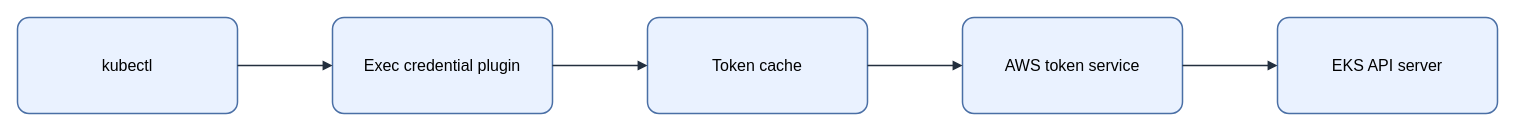
This is assets/img/aws/eks-token-cache-flow.drawio from KKamJi98/kkamji98.github.io, a draw.io file, before an edit. Source tidied: cells renumbered, new cells numbered last; positions are measured from the earlier drawing's top-left corner, leaving out a move shared by most shapes. Both pictures are drawn from the tidied source at 100%, with x=0, y=0 at pixel (17, 17).
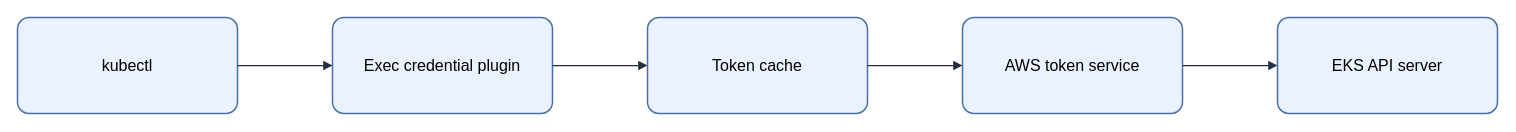
The same page after the edit.

The edit, as a diff of the source:
```diff
@@
 <mxGraphModel background="#FFFFFF">
   <root>
     <mxCell id="0" />
     <mxCell id="1" parent="0" />
-    <mxCell id="2" value="&lt;font style=&quot;color: rgb(0, 0, 0);&quot;&gt;kubectl&lt;/font&gt;" style="rounded=1;arcSize=12;whiteSpace=wrap;html=1;fillColor=#EAF2FF;strokeColor=#4A6FA5;strokeWidth=1.5;fontColor=#000000;fontSize=16;align=center;verticalAlign=middle;spacing=8;shadow=0;" parent="1" vertex="1">
+    <mxCell id="2" value="kubectl" style="rounded=1;arcSize=12;whiteSpace=wrap;html=0;fillColor=#EAF2FF;strokeColor=#4A6FA5;strokeWidth=1.5;fontColor=#000000;fontSize=16;align=center;verticalAlign=middle;spacing=8;shadow=0;" parent="1" vertex="1">
       <mxGeometry width="220" height="96" as="geometry" />
     </mxCell>
-    <mxCell id="3" value="&lt;font style=&quot;color: rgb(0, 0, 0);&quot;&gt;Exec credential plugin&lt;/font&gt;" style="rounded=1;arcSize=12;whiteSpace=wrap;html=1;fillColor=#EAF2FF;strokeColor=#4A6FA5;strokeWidth=1.5;fontColor=#000000;fontSize=16;align=center;verticalAlign=middle;spacing=8;shadow=0;" parent="1" vertex="1">
+    <mxCell id="3" value="Exec credential plugin" style="rounded=1;arcSize=12;whiteSpace=wrap;html=0;fillColor=#EAF2FF;strokeColor=#4A6FA5;strokeWidth=1.5;fontColor=#000000;fontSize=16;align=center;verticalAlign=middle;spacing=8;shadow=0;" parent="1" vertex="1">
       <mxGeometry x="315" width="220" height="96" as="geometry" />
     </mxCell>
-    <mxCell id="4" value="&lt;font style=&quot;color: rgb(0, 0, 0);&quot;&gt;Token cache&lt;/font&gt;" style="rounded=1;arcSize=12;whiteSpace=wrap;html=1;fillColor=#EAF2FF;strokeColor=#4A6FA5;strokeWidth=1.5;fontColor=#000000;fontSize=16;align=center;verticalAlign=middle;spacing=8;shadow=0;" parent="1" vertex="1">
+    <mxCell id="4" value="Token cache" style="rounded=1;arcSize=12;whiteSpace=wrap;html=0;fillColor=#EAF2FF;strokeColor=#4A6FA5;strokeWidth=1.5;fontColor=#000000;fontSize=16;align=center;verticalAlign=middle;spacing=8;shadow=0;" parent="1" vertex="1">
       <mxGeometry x="630" width="220" height="96" as="geometry" />
     </mxCell>
-    <mxCell id="5" value="&lt;font style=&quot;color: rgb(0, 0, 0);&quot;&gt;AWS token service&lt;/font&gt;" style="rounded=1;arcSize=12;whiteSpace=wrap;html=1;fillColor=#EAF2FF;strokeColor=#4A6FA5;strokeWidth=1.5;fontColor=#000000;fontSize=16;align=center;verticalAlign=middle;spacing=8;shadow=0;" parent="1" vertex="1">
+    <mxCell id="5" value="AWS token service" style="rounded=1;arcSize=12;whiteSpace=wrap;html=0;fillColor=#EAF2FF;strokeColor=#4A6FA5;strokeWidth=1.5;fontColor=#000000;fontSize=16;align=center;verticalAlign=middle;spacing=8;shadow=0;" parent="1" vertex="1">
       <mxGeometry x="945" width="220" height="96" as="geometry" />
     </mxCell>
-    <mxCell id="6" value="&lt;font style=&quot;color: rgb(0, 0, 0);&quot;&gt;EKS API server&lt;/font&gt;" style="rounded=1;arcSize=12;whiteSpace=wrap;html=1;fillColor=#EAF2FF;strokeColor=#4A6FA5;strokeWidth=1.5;fontColor=#000000;fontSize=16;align=center;verticalAlign=middle;spacing=8;shadow=0;" parent="1" vertex="1">
+    <mxCell id="6" value="EKS API server" style="rounded=1;arcSize=12;whiteSpace=wrap;html=0;fillColor=#EAF2FF;strokeColor=#4A6FA5;strokeWidth=1.5;fontColor=#000000;fontSize=16;align=center;verticalAlign=middle;spacing=8;shadow=0;" parent="1" vertex="1">
       <mxGeometry x="1260" width="220" height="96" as="geometry" />
     </mxCell>
-    <mxCell id="7" style="edgeStyle=orthogonalEdgeStyle;rounded=0;jettySize=auto;html=1;endArrow=block;endFill=1;strokeColor=#232F3E;strokeWidth=1.5;fontColor=#000000;labelBackgroundColor=none;exitX=1;exitY=0.5;exitDx=0;exitDy=0;entryX=0;entryY=0.5;entryDx=0;entryDy=0;" parent="1" edge="1" source="2" target="3">
+    <mxCell id="7" style="edgeStyle=orthogonalEdgeStyle;rounded=0;jettySize=auto;html=0;endArrow=block;endFill=1;strokeColor=#232F3E;strokeWidth=1.25;fontColor=#000000;labelBackgroundColor=none;exitX=1;exitY=0.5;exitDx=0;exitDy=0;entryX=0;entryY=0.5;entryDx=0;entryDy=0;" parent="1" edge="1" source="2" target="3">
       <mxGeometry relative="1" as="geometry" />
     </mxCell>
-    <mxCell id="8" style="edgeStyle=orthogonalEdgeStyle;rounded=0;jettySize=auto;html=1;endArrow=block;endFill=1;strokeColor=#232F3E;strokeWidth=1.5;fontColor=#000000;labelBackgroundColor=none;exitX=1;exitY=0.5;exitDx=0;exitDy=0;entryX=0;entryY=0.5;entryDx=0;entryDy=0;" parent="1" edge="1" source="3" target="4">
+    <mxCell id="8" style="edgeStyle=orthogonalEdgeStyle;rounded=0;jettySize=auto;html=0;endArrow=block;endFill=1;strokeColor=#232F3E;strokeWidth=1.25;fontColor=#000000;labelBackgroundColor=none;exitX=1;exitY=0.5;exitDx=0;exitDy=0;entryX=0;entryY=0.5;entryDx=0;entryDy=0;" parent="1" edge="1" source="3" target="4">
       <mxGeometry relative="1" as="geometry" />
     </mxCell>
-    <mxCell id="9" style="edgeStyle=orthogonalEdgeStyle;rounded=0;jettySize=auto;html=1;endArrow=block;endFill=1;strokeColor=#232F3E;strokeWidth=1.5;fontColor=#000000;labelBackgroundColor=none;exitX=1;exitY=0.5;exitDx=0;exitDy=0;entryX=0;entryY=0.5;entryDx=0;entryDy=0;" parent="1" edge="1" source="4" target="5">
+    <mxCell id="9" style="edgeStyle=orthogonalEdgeStyle;rounded=0;jettySize=auto;html=0;endArrow=block;endFill=1;strokeColor=#232F3E;strokeWidth=1.25;fontColor=#000000;labelBackgroundColor=none;exitX=1;exitY=0.5;exitDx=0;exitDy=0;entryX=0;entryY=0.5;entryDx=0;entryDy=0;" parent="1" edge="1" source="4" target="5">
       <mxGeometry relative="1" as="geometry" />
     </mxCell>
-    <mxCell id="10" style="edgeStyle=orthogonalEdgeStyle;rounded=0;jettySize=auto;html=1;endArrow=block;endFill=1;strokeColor=#232F3E;strokeWidth=1.5;fontColor=#000000;labelBackgroundColor=none;exitX=1;exitY=0.5;exitDx=0;exitDy=0;entryX=0;entryY=0.5;entryDx=0;entryDy=0;" parent="1" edge="1" source="5" target="6">
+    <mxCell id="10" style="edgeStyle=orthogonalEdgeStyle;rounded=0;jettySize=auto;html=0;endArrow=block;endFill=1;strokeColor=#232F3E;strokeWidth=1.25;fontColor=#000000;labelBackgroundColor=none;exitX=1;exitY=0.5;exitDx=0;exitDy=0;entryX=0;entryY=0.5;entryDx=0;entryDy=0;" parent="1" edge="1" source="5" target="6">
       <mxGeometry relative="1" as="geometry" />
     </mxCell>
   </root>
 </mxGraphModel>
```
